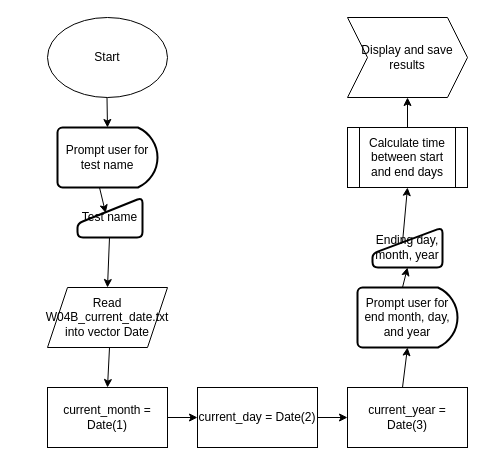
This is app04.drawio from uthw/feh, a draw.io file, before an edit. Source tidied: cells renumbered, new cells numbered last; positions are measured from the earlier drawing's top-left corner, leaving out a move shared by most shapes. Both pictures are drawn from the tidied source at 100%, with x=0, y=0 at pixel (47, 17).
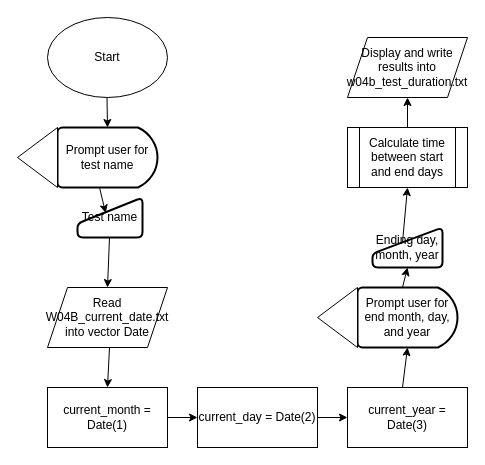
The same diagram, later.

Commit message:
proper shapes for i/o

The change refers to these unchanged cells:
```xml
<mxCell id="9" value="Calculate time between start and end days" style="shape=process;whiteSpace=wrap;html=1;backgroundOutline=1;" parent="1" vertex="1">
  <mxGeometry x="300" y="110" width="120" height="60" as="geometry" />
</mxCell>
```

Change to the diagram source:
```diff
@@
-    <mxCell id="12" value="Display and save results" style="shape=step;perimeter=stepPerimeter;whiteSpace=wrap;html=1;fixedSize=1;" parent="1" vertex="1">
-      <mxGeometry x="300" width="120" height="80" as="geometry" />
-    </mxCell>
@@
-    <mxCell id="22" style="endArrow=classic;html=1;rounded=0;entryX=0.5;entryY=1;entryDx=0;entryDy=0;exitX=0.5;exitY=0;exitDx=0;exitDy=0;" parent="1" edge="1" source="9" target="12">
-      <mxGeometry relative="1" as="geometry" />
+    <mxCell id="22" style="endArrow=classic;html=1;rounded=0;entryX=0.5;entryY=1;entryDx=0;entryDy=0;exitX=0.5;exitY=0;exitDx=0;exitDy=0;" parent="1" edge="1" source="9">
+      <mxGeometry relative="1" as="geometry">
+        <mxPoint x="360" y="80" as="targetPoint" />
+      </mxGeometry>
     </mxCell>
+    <mxCell id="23" style="triangle;whiteSpace=wrap;html=1;direction=west;" parent="1" vertex="1">
+      <mxGeometry x="-30" y="110" width="40" height="60" as="geometry" />
+    </mxCell>
+    <mxCell id="24" style="triangle;whiteSpace=wrap;html=1;direction=west;" parent="1" vertex="1">
+      <mxGeometry x="270" y="270" width="40" height="60" as="geometry" />
+    </mxCell>
+    <mxCell id="25" value="Display and write results into w04b_test_duration.txt" style="shape=parallelogram;perimeter=parallelogramPerimeter;whiteSpace=wrap;html=1;fixedSize=1;" parent="1" vertex="1">
+      <mxGeometry x="300" y="20" width="120" height="60" as="geometry" />
+    </mxCell>
```
